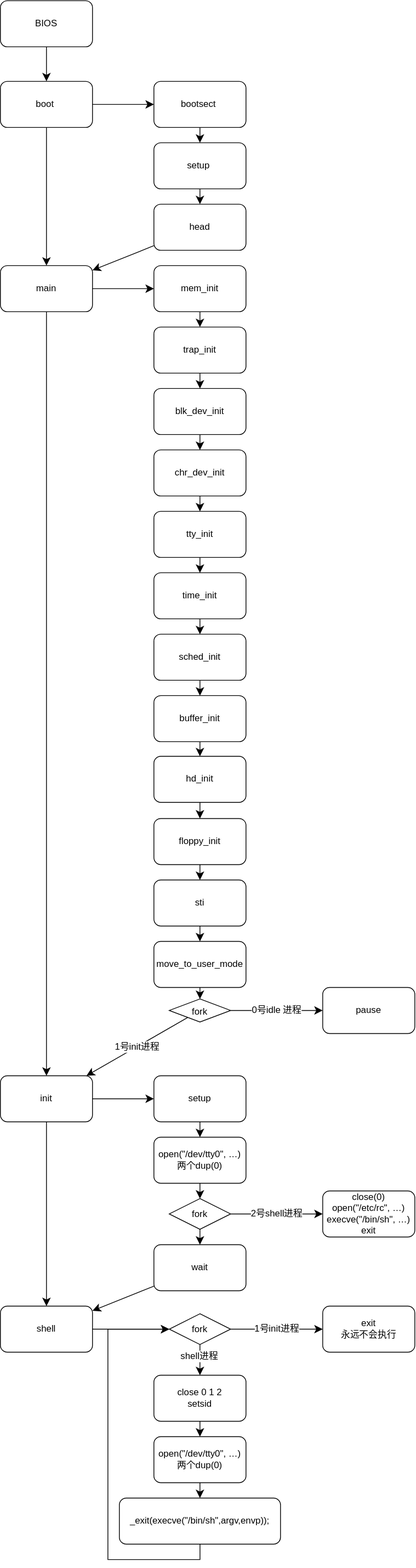
Before: Linux  0.11启动.drawio.svg, a diagram exported from draw.io (chenxi829/draw_many_pic). Source tidied: cells renumbered, new cells last; positions are measured from the earlier drawing's top-left corner, leaving out a move shared by most shapes.
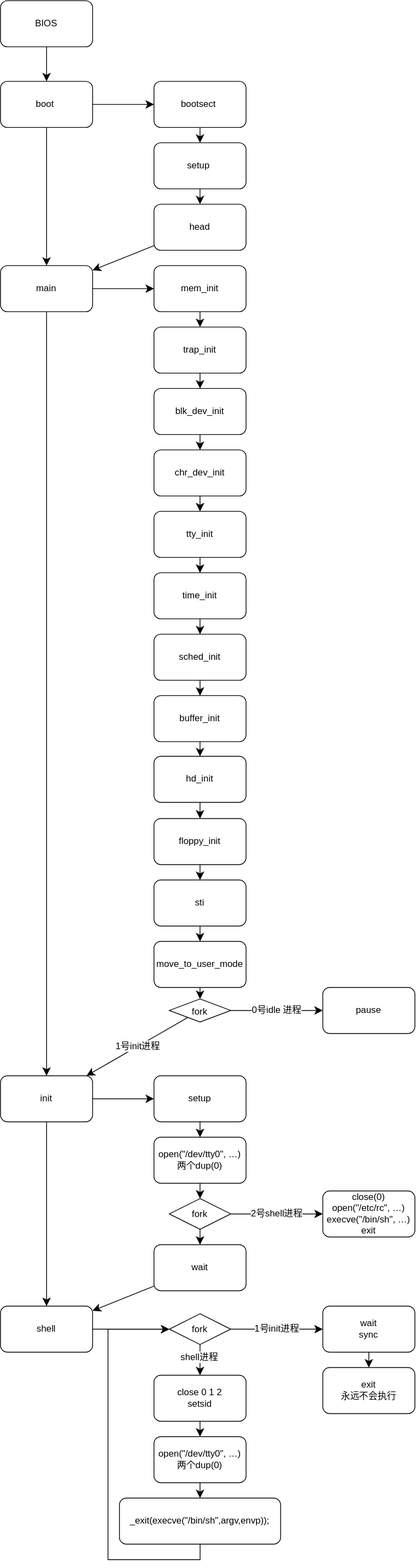
After the commit.

Commit message:
完成 Linux0.11启动流程

Diff of the diagram source:
```diff
@@ -185,7 +185,10 @@
     <mxCell id="62" value="fork" style="rhombus;whiteSpace=wrap;html=1;shapeInside=1;" parent="1" vertex="1">
       <mxGeometry x="220" y="1710" width="80" height="40" as="geometry" />
     </mxCell>
+    <mxCell id="70" style="edgeStyle=none;curved=1;rounded=0;jettySize=auto;html=1;fontSize=12;startSize=8;endSize=8;" parent="1" edge="1" source="63" target="71">
+      <mxGeometry relative="1" as="geometry" />
+    </mxCell>
-    <mxCell id="63" value="exit&lt;div&gt;永远不会执行&lt;/div&gt;" style="rounded=1;whiteSpace=wrap;html=1;" parent="1" vertex="1">
+    <mxCell id="63" value="wait&lt;div&gt;sync&lt;/div&gt;" style="rounded=1;whiteSpace=wrap;html=1;" parent="1" vertex="1">
       <mxGeometry x="420" y="1700" width="120" height="60" as="geometry" />
     </mxCell>
     <mxCell id="64" style="edgeStyle=none;curved=1;rounded=0;jettySize=auto;html=1;fontSize=12;startSize=8;endSize=8;" parent="1" edge="1" source="65" target="67">
@@ -212,5 +215,8 @@
         </Array>
       </mxGeometry>
     </mxCell>
+    <mxCell id="71" value="exit&lt;div&gt;永远不会执行&lt;/div&gt;" style="whiteSpace=wrap;html=1;rounded=1;" parent="1" vertex="1">
+      <mxGeometry x="420" y="1780" width="120" height="60" as="geometry" />
+    </mxCell>
   </root>
 </mxGraphModel>
```
